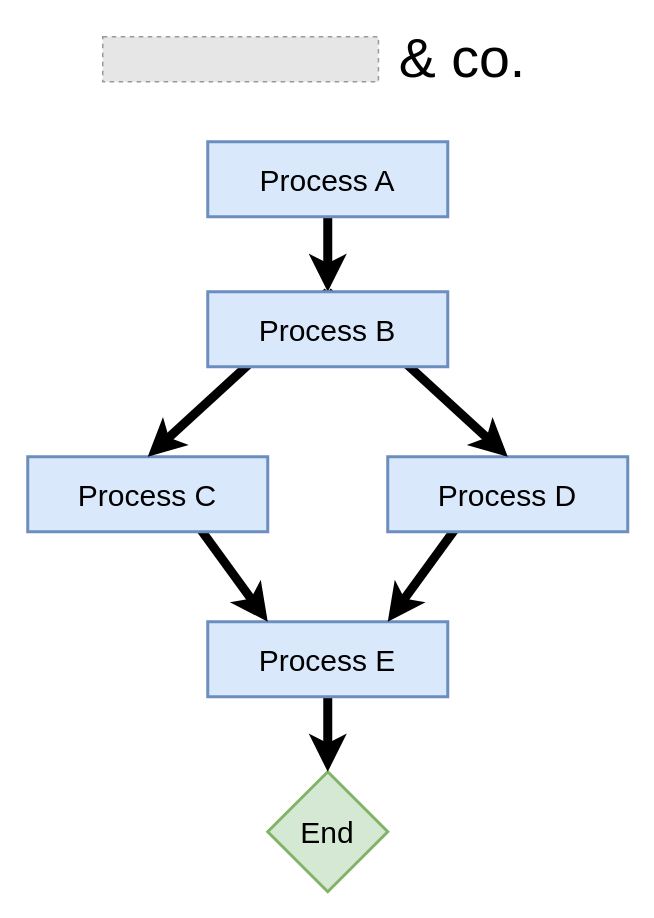
This is assets/img/posts/2025-10-12-agentic-workflows/nextflow_dag.drawio from hclimente/hclimente.github.io, a draw.io file, before an edit. Source tidied: cells renumbered, new cells numbered last; positions are measured from the earlier drawing's top-left corner, leaving out a move shared by most shapes. Both pictures are drawn from the tidied source at 150%, with x=0, y=0 at pixel (27, 36). Pictures stored in the file or linked from it are replaced by grey dashed boxes.
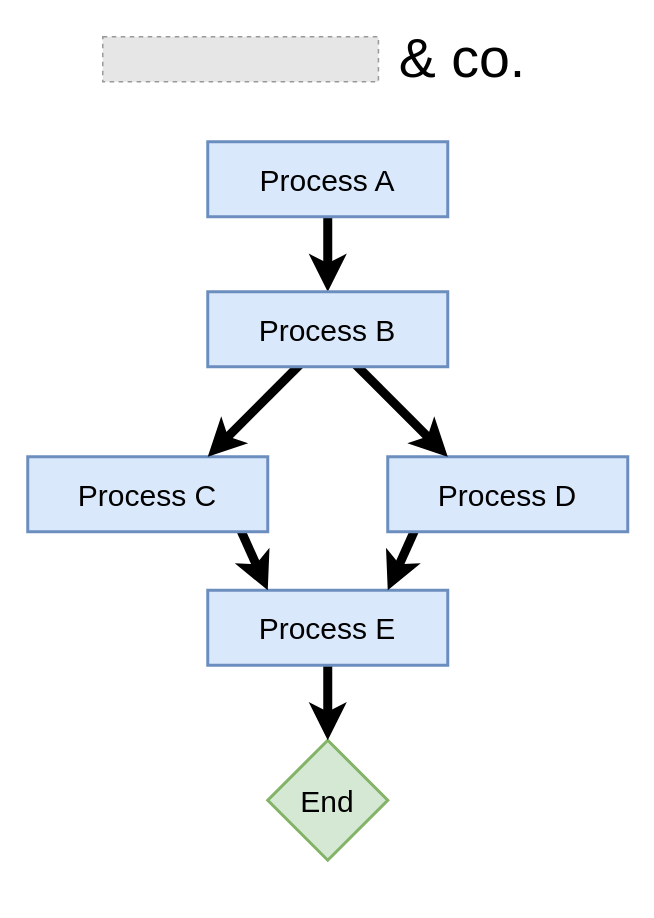
After the change.

What changed in the source:
```diff
@@
 <mxGraphModel>
   <root>
     <mxCell id="0" />
     <mxCell id="1" parent="0" />
     <mxCell id="2" style="group;" parent="1" vertex="1">
       <mxGeometry y="70" width="400" height="500" as="geometry" />
     </mxCell>
     <mxCell id="3" value="&lt;font style=&quot;font-size: 20px;&quot;&gt;End&lt;/font&gt;" style="rhombus;whiteSpace=wrap;html=1;fillColor=#d5e8d4;strokeColor=#82b366;strokeWidth=2;" parent="2" vertex="1">
-      <mxGeometry x="160" y="420" width="80" height="80" as="geometry" />
+      <mxGeometry x="160" y="399" width="80" height="80" as="geometry" />
     </mxCell>
     <mxCell id="4" style="endArrow=classic;html=1;rounded=0;strokeWidth=6;exitX=0.5;exitY=1;exitDx=0;exitDy=0;entryX=0.5;entryY=0;entryDx=0;entryDy=0;" parent="2" edge="1" source="5" target="3">
       <mxGeometry relative="1" as="geometry" />
     </mxCell>
     <mxCell id="5" value="&lt;font style=&quot;font-size: 20px;&quot;&gt;Process E&lt;/font&gt;" style="rounded=0;whiteSpace=wrap;html=1;strokeWidth=2;fillColor=#dae8fc;strokeColor=#6c8ebf;" parent="2" vertex="1">
-      <mxGeometry x="120" y="320" width="160" height="50" as="geometry" />
+      <mxGeometry x="120" y="299" width="160" height="50" as="geometry" />
     </mxCell>
-    <mxCell id="6" style="endArrow=classic;html=1;rounded=0;strokeWidth=6;entryX=0.75;entryY=0;entryDx=0;entryDy=0;exitX=0.5;exitY=0;exitDx=0;exitDy=0;" parent="2" edge="1" source="7" target="5">
+    <mxCell id="6" style="endArrow=classic;html=1;rounded=0;strokeWidth=6;entryX=0.75;entryY=0;entryDx=0;entryDy=0;exitX=0.25;exitY=0;exitDx=0;exitDy=0;" parent="2" edge="1" source="7" target="5">
       <mxGeometry relative="1" as="geometry" />
     </mxCell>
     <mxCell id="7" value="&lt;font style=&quot;font-size: 20px;&quot;&gt;Process D&lt;/font&gt;" style="rounded=0;whiteSpace=wrap;html=1;strokeWidth=2;fillColor=#dae8fc;strokeColor=#6c8ebf;" parent="2" vertex="1">
       <mxGeometry x="240" y="210" width="160" height="50" as="geometry" />
     </mxCell>
-    <mxCell id="8" style="endArrow=classic;html=1;rounded=0;strokeWidth=6;exitX=0.5;exitY=0;exitDx=0;exitDy=0;entryX=0.25;entryY=0;entryDx=0;entryDy=0;" parent="2" edge="1" source="9" target="5">
+    <mxCell id="8" style="endArrow=classic;html=1;rounded=0;strokeWidth=6;exitX=0.75;exitY=0;exitDx=0;exitDy=0;entryX=0.25;entryY=0;entryDx=0;entryDy=0;" parent="2" edge="1" source="9" target="5">
       <mxGeometry relative="1" as="geometry" />
     </mxCell>
     <mxCell id="9" value="&lt;font style=&quot;font-size: 20px;&quot;&gt;Process C&lt;/font&gt;" style="rounded=0;whiteSpace=wrap;html=1;strokeWidth=2;fillColor=#dae8fc;strokeColor=#6c8ebf;" parent="2" vertex="1">
       <mxGeometry y="210" width="160" height="50" as="geometry" />
     </mxCell>
     <mxCell id="10" style="endArrow=classic;html=1;rounded=0;strokeWidth=6;entryX=0.5;entryY=0;entryDx=0;entryDy=0;exitX=0.5;exitY=1;exitDx=0;exitDy=0;" parent="2" edge="1" source="14" target="13">
       <mxGeometry relative="1" as="geometry" />
     </mxCell>
-    <mxCell id="11" style="endArrow=classic;html=1;rounded=0;strokeWidth=6;entryX=0.5;entryY=0;entryDx=0;entryDy=0;exitX=0.5;exitY=0;exitDx=0;exitDy=0;" parent="2" edge="1" source="13" target="9">
+    <mxCell id="11" style="endArrow=classic;html=1;rounded=0;strokeWidth=6;entryX=0.75;entryY=0;entryDx=0;entryDy=0;exitX=0.5;exitY=0.6;exitDx=0;exitDy=0;exitPerimeter=0;" parent="2" edge="1" source="13" target="9">
       <mxGeometry relative="1" as="geometry" />
     </mxCell>
-    <mxCell id="12" style="endArrow=classic;html=1;rounded=0;strokeWidth=6;entryX=0.5;entryY=0;entryDx=0;entryDy=0;exitX=0.5;exitY=0;exitDx=0;exitDy=0;" parent="2" edge="1" source="13" target="7">
+    <mxCell id="12" style="endArrow=classic;html=1;rounded=0;strokeWidth=6;entryX=0.25;entryY=0;entryDx=0;entryDy=0;exitX=0.5;exitY=0.6;exitDx=0;exitDy=0;exitPerimeter=0;" parent="2" edge="1" source="13" target="7">
       <mxGeometry relative="1" as="geometry" />
     </mxCell>
     <mxCell id="13" value="&lt;font style=&quot;font-size: 20px;&quot;&gt;Process B&lt;/font&gt;" style="rounded=0;whiteSpace=wrap;html=1;strokeWidth=2;fillColor=#dae8fc;strokeColor=#6c8ebf;" parent="2" vertex="1">
       <mxGeometry x="120" y="100" width="160" height="50" as="geometry" />
     </mxCell>
     <mxCell id="14" value="&lt;font style=&quot;font-size: 20px;&quot;&gt;Process A&lt;/font&gt;" style="rounded=0;whiteSpace=wrap;html=1;strokeWidth=2;fillColor=#dae8fc;strokeColor=#6c8ebf;" parent="2" vertex="1">
       <mxGeometry x="120" width="160" height="50" as="geometry" />
     </mxCell>
     <mxCell id="15" style="group;" parent="1" vertex="1">
       <mxGeometry x="50" width="320" height="30" as="geometry" />
     </mxCell>
     <mxCell id="16" style="fillColor=#E6E6E6;strokeColor=#999999;dashed=1;verticalLabelPosition=bottom;labelBackgroundColor=default;verticalAlign=top;" parent="15" vertex="1">
       <mxGeometry width="183.8" height="30" as="geometry" />
     </mxCell>
     <mxCell id="17" value="&lt;font style=&quot;font-size: 37px;&quot;&gt;&amp;amp; co.&lt;/font&gt;" style="text;html=1;whiteSpace=wrap;strokeColor=none;fillColor=none;align=center;verticalAlign=middle;rounded=0;" parent="15" vertex="1">
       <mxGeometry x="160" width="160" height="30" as="geometry" />
     </mxCell>
   </root>
 </mxGraphModel>
```
